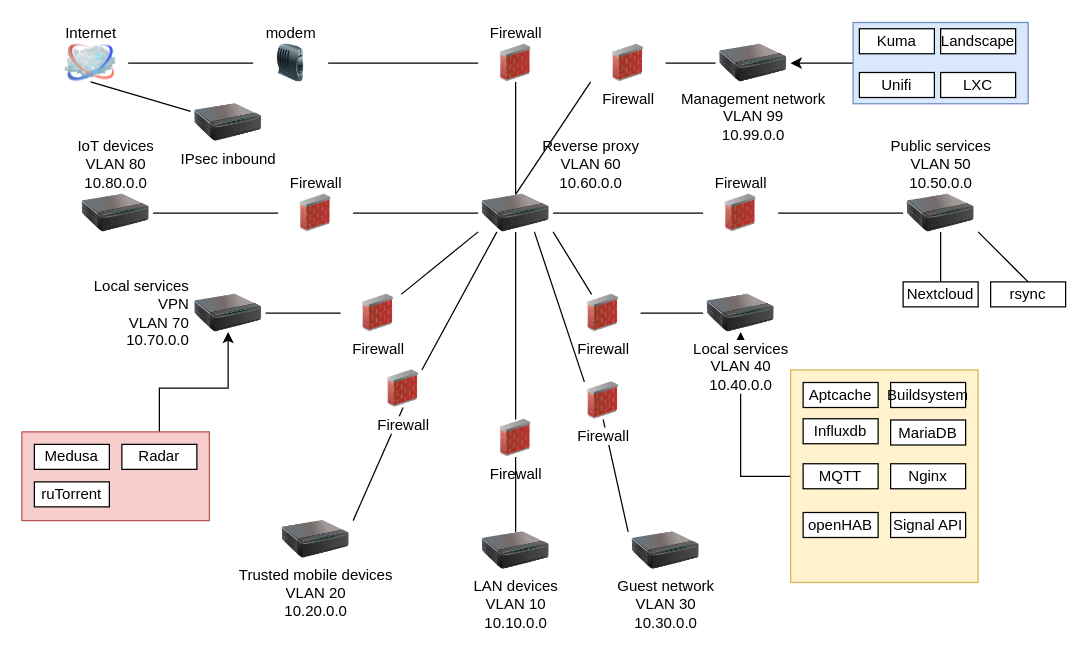
This is 241124 network logical v2.drawio from stefanheijnen/drawio, a draw.io file, before an edit. Source tidied: cells renumbered, new cells numbered last; positions are measured from the earlier drawing's top-left corner, leaving out a move shared by most shapes. Both pictures are drawn from the tidied source at 125%, with x=0, y=0 at pixel (21, 21).
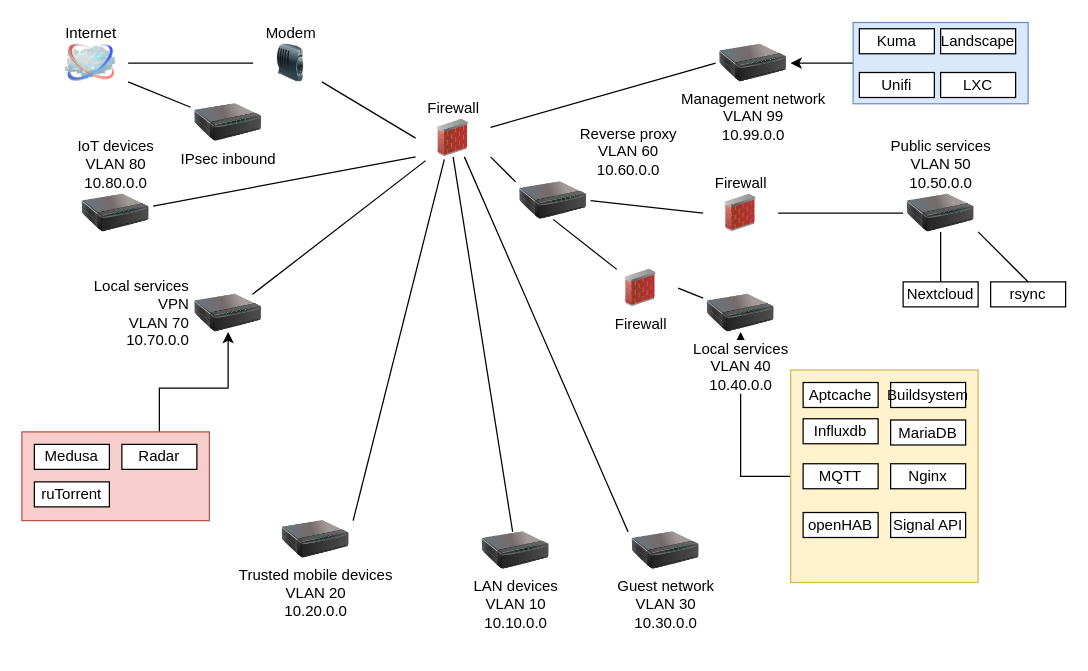
Above is the later version.

Commit message:
Update 241124 corrected reverse proxy.drawio

Unchanged cells that the change refers to:
```xml
<mxCell id="4" value="Internet" style="image;html=1;labelBackgroundColor=#ffffff;image=img/lib/clip_art/networking/Cloud_128x128.png;rounded=1;shadow=0;comic=0;strokeWidth=2;fontSize=12;labelPosition=center;verticalLabelPosition=top;align=center;verticalAlign=bottom;" parent="1" vertex="1">
  <mxGeometry x="25" y="18" width="60" height="30" as="geometry" />
</mxCell>
<mxCell id="13" value="&lt;div&gt;LAN devices&lt;/div&gt;&lt;div&gt;VLAN 10&lt;br&gt;10.10.0.0&lt;br&gt;&lt;/div&gt;&lt;div&gt;&lt;br&gt;&lt;/div&gt;" style="image;html=1;image=img/lib/clip_art/networking/Print_Server_128x128.png;" parent="1" vertex="1">
  <mxGeometry x="365" y="408" width="60" height="30" as="geometry" />
</mxCell>
<mxCell id="14" value="IoT devices&lt;br&gt;VLAN 80&lt;br&gt;10.80.0.0" style="image;html=1;image=img/lib/clip_art/networking/Print_Server_128x128.png;labelPosition=center;verticalLabelPosition=top;align=center;verticalAlign=bottom;" parent="1" vertex="1">
  <mxGeometry x="45" y="138" width="60" height="30" as="geometry" />
</mxCell>
<mxCell id="15" value="Guest network&lt;br&gt;VLAN 30&lt;br&gt;10.30.0.0" style="html=1;labelBackgroundColor=default;image=img/lib/clip_art/networking/Print_Server_128x128.png;rounded=1;shadow=0;comic=0;strokeWidth=2;fontSize=12;labelPosition=center;verticalLabelPosition=bottom;align=center;verticalAlign=top;shape=image;" parent="1" vertex="1">
  <mxGeometry x="485" y="408" width="60" height="30" as="geometry" />
</mxCell>
<mxCell id="17" value="Trusted mobile devices&lt;br&gt;VLAN 20&lt;br&gt;10.20.0.0" style="html=1;labelBackgroundColor=default;image=img/lib/clip_art/networking/Print_Server_128x128.png;rounded=1;shadow=0;comic=0;strokeWidth=2;fontSize=12;labelPosition=center;verticalLabelPosition=bottom;align=center;verticalAlign=top;shape=image;" parent="1" vertex="1">
  <mxGeometry x="205" y="399" width="60" height="30" as="geometry" />
</mxCell>
<mxCell id="34" value="&lt;div&gt;Local services&lt;/div&gt;&lt;div&gt;VPN&lt;br&gt;VLAN 70&lt;br&gt;10.70.0.0&lt;br&gt;&lt;/div&gt;" style="image;html=1;image=img/lib/clip_art/networking/Print_Server_128x128.png;labelPosition=left;verticalLabelPosition=middle;align=right;verticalAlign=middle;" parent="1" vertex="1">
  <mxGeometry x="135" y="218" width="60" height="30" as="geometry" />
</mxCell>
<mxCell id="36" value="IPsec inbound" style="image;html=1;image=img/lib/clip_art/networking/Print_Server_128x128.png;" parent="1" vertex="1">
  <mxGeometry x="135" y="65.5" width="60" height="30" as="geometry" />
</mxCell>
<mxCell id="40" value="Management network&lt;br&gt;VLAN 99&lt;br&gt;10.99.0.0" style="image;html=1;image=img/lib/clip_art/networking/Print_Server_128x128.png;labelPosition=center;verticalLabelPosition=bottom;align=center;verticalAlign=top;" parent="1" vertex="1">
  <mxGeometry x="555" y="18" width="60" height="30" as="geometry" />
</mxCell>
```

The edit, as a diff of the source:
```diff
@@
     <mxCell id="5" value="Firewall" style="html=1;labelBackgroundColor=default;image=img/lib/clip_art/networking/Firewall_02_128x128.png;rounded=1;shadow=0;comic=0;strokeWidth=2;fontSize=12;labelPosition=center;verticalLabelPosition=top;align=center;verticalAlign=bottom;shape=image;" parent="1" vertex="1">
-      <mxGeometry x="365" y="18" width="60" height="30" as="geometry" />
+      <mxGeometry x="315" y="78" width="60" height="30" as="geometry" />
     </mxCell>
     <mxCell id="6" value="&lt;div align=&quot;center&quot;&gt;Reverse proxy&lt;br&gt;&lt;/div&gt;&lt;div align=&quot;center&quot;&gt;VLAN 60&lt;br&gt;&lt;/div&gt;&lt;div align=&quot;center&quot;&gt;10.60.0.0&lt;br&gt;&lt;/div&gt;" style="image;html=1;image=img/lib/clip_art/networking/Print_Server_128x128.png;labelPosition=right;verticalLabelPosition=top;align=center;verticalAlign=bottom;" parent="1" vertex="1">
-      <mxGeometry x="365" y="138" width="60" height="30" as="geometry" />
+      <mxGeometry x="395" y="128" width="60" height="30" as="geometry" />
     </mxCell>
-    <mxCell id="7" value="Firewall" style="html=1;labelBackgroundColor=default;image=img/lib/clip_art/networking/Firewall_02_128x128.png;rounded=1;shadow=0;comic=0;strokeWidth=2;fontSize=12;labelPosition=center;verticalLabelPosition=top;align=center;verticalAlign=bottom;shape=image;" parent="1" vertex="1">
-      <mxGeometry x="205" y="138" width="60" height="30" as="geometry" />
-    </mxCell>
@@
-    <mxCell id="9" value="modem" style="image;html=1;image=img/lib/clip_art/networking/Modem_128x128.png;labelPosition=center;verticalLabelPosition=top;align=center;verticalAlign=bottom;" parent="1" vertex="1">
+    <mxCell id="9" value="Modem" style="image;html=1;image=img/lib/clip_art/networking/Modem_128x128.png;labelPosition=center;verticalLabelPosition=top;align=center;verticalAlign=bottom;" parent="1" vertex="1">
       <mxGeometry x="185" y="18" width="60" height="30" as="geometry" />
     </mxCell>
-    <mxCell id="10" value="Firewall" style="html=1;labelBackgroundColor=default;image=img/lib/clip_art/networking/Firewall_02_128x128.png;rounded=1;shadow=0;comic=0;strokeWidth=2;fontSize=12;labelPosition=center;verticalLabelPosition=bottom;align=center;verticalAlign=top;shape=image;" parent="1" vertex="1">
-      <mxGeometry x="365" y="318" width="60" height="30" as="geometry" />
-    </mxCell>
@@
-    <mxCell id="16" style="endArrow=none;html=1;rounded=0;entryX=0.5;entryY=1;entryDx=0;entryDy=0;exitX=0;exitY=0;exitDx=0;exitDy=0;" parent="1" edge="1" source="15" target="68">
+    <mxCell id="16" style="endArrow=none;html=1;rounded=0;entryX=0.65;entryY=1;entryDx=0;entryDy=0;exitX=0;exitY=0;exitDx=0;exitDy=0;entryPerimeter=0;" parent="1" edge="1" source="15" target="5">
       <mxGeometry relative="1" as="geometry" />
     </mxCell>
@@
-    <mxCell id="18" style="endArrow=none;html=1;rounded=0;entryX=0.5;entryY=1;entryDx=0;entryDy=0;exitX=1;exitY=0;exitDx=0;exitDy=0;" parent="1" edge="1" source="17" target="67">
+    <mxCell id="18" style="endArrow=none;html=1;rounded=0;entryX=0.383;entryY=1.067;entryDx=0;entryDy=0;exitX=1;exitY=0;exitDx=0;exitDy=0;entryPerimeter=0;" parent="1" edge="1" source="17" target="5">
       <mxGeometry relative="1" as="geometry" />
     </mxCell>
-    <mxCell id="19" style="endArrow=none;html=1;rounded=0;entryX=0.5;entryY=1;entryDx=0;entryDy=0;" parent="1" edge="1" source="13" target="10">
+    <mxCell id="19" style="endArrow=none;html=1;rounded=0;entryX=0.5;entryY=1;entryDx=0;entryDy=0;" parent="1" edge="1" source="13" target="5">
       <mxGeometry relative="1" as="geometry" />
     </mxCell>
-    <mxCell id="20" style="endArrow=none;html=1;rounded=0;entryX=0;entryY=0.5;entryDx=0;entryDy=0;" parent="1" edge="1" source="14" target="7">
+    <mxCell id="20" style="endArrow=none;html=1;rounded=0;entryX=0;entryY=1;entryDx=0;entryDy=0;" parent="1" edge="1" source="14" target="5">
       <mxGeometry relative="1" as="geometry" />
     </mxCell>
-    <mxCell id="21" style="endArrow=none;html=1;rounded=0;entryX=0.5;entryY=1;entryDx=0;entryDy=0;exitX=0.5;exitY=0;exitDx=0;exitDy=0;" parent="1" edge="1" source="10" target="6">
-      <mxGeometry relative="1" as="geometry" />
-    </mxCell>
-    <mxCell id="22" style="endArrow=none;html=1;rounded=0;entryX=0;entryY=0.5;entryDx=0;entryDy=0;exitX=1;exitY=0.5;exitDx=0;exitDy=0;" parent="1" edge="1" source="7" target="6">
-      <mxGeometry relative="1" as="geometry" />
-    </mxCell>
@@
-    <mxCell id="24" value="Firewall" style="html=1;labelBackgroundColor=default;image=img/lib/clip_art/networking/Firewall_02_128x128.png;rounded=1;shadow=0;comic=0;strokeWidth=2;fontSize=12;labelPosition=center;verticalLabelPosition=bottom;align=center;verticalAlign=top;shape=image;" parent="1" vertex="1">
-      <mxGeometry x="255" y="218" width="60" height="30" as="geometry" />
-    </mxCell>
     <mxCell id="25" value="Firewall" style="html=1;labelBackgroundColor=default;image=img/lib/clip_art/networking/Firewall_02_128x128.png;rounded=1;shadow=0;comic=0;strokeWidth=2;fontSize=12;labelPosition=center;verticalLabelPosition=bottom;align=center;verticalAlign=top;shape=image;" parent="1" vertex="1">
-      <mxGeometry x="435" y="218" width="60" height="30" as="geometry" />
+      <mxGeometry x="465" y="198" width="60" height="30" as="geometry" />
     </mxCell>
-    <mxCell id="26" style="endArrow=none;html=1;rounded=0;entryX=0;entryY=1;entryDx=0;entryDy=0;" parent="1" edge="1" source="24" target="6">
-      <mxGeometry relative="1" as="geometry" />
-    </mxCell>
-    <mxCell id="27" style="endArrow=none;html=1;rounded=0;entryX=1;entryY=1;entryDx=0;entryDy=0;" parent="1" edge="1" source="25" target="6">
+    <mxCell id="27" style="endArrow=none;html=1;rounded=0;entryX=0.5;entryY=1;entryDx=0;entryDy=0;" parent="1" edge="1" source="25" target="6">
       <mxGeometry relative="1" as="geometry" />
     </mxCell>
@@
-    <mxCell id="35" style="endArrow=none;html=1;rounded=0;entryX=0;entryY=0.5;entryDx=0;entryDy=0;" parent="1" edge="1" source="34" target="24">
+    <mxCell id="35" style="endArrow=none;html=1;rounded=0;entryX=0.133;entryY=1.1;entryDx=0;entryDy=0;entryPerimeter=0;" parent="1" edge="1" source="34" target="5">
       <mxGeometry relative="1" as="geometry" />
     </mxCell>
@@
-    <mxCell id="37" style="endArrow=none;html=1;rounded=0;entryX=0.5;entryY=1;entryDx=0;entryDy=0;" parent="1" edge="1" source="36" target="4">
+    <mxCell id="37" style="endArrow=none;html=1;rounded=0;entryX=1;entryY=1;entryDx=0;entryDy=0;" parent="1" edge="1" source="36" target="4">
       <mxGeometry relative="1" as="geometry" />
     </mxCell>
-    <mxCell id="38" value="Firewall" style="html=1;labelBackgroundColor=default;image=img/lib/clip_art/networking/Firewall_02_128x128.png;rounded=1;shadow=0;comic=0;strokeWidth=2;fontSize=12;labelPosition=center;verticalLabelPosition=bottom;align=center;verticalAlign=top;shape=image;" parent="1" vertex="1">
-      <mxGeometry x="455" y="18" width="60" height="30" as="geometry" />
-    </mxCell>
-    <mxCell id="39" style="endArrow=none;html=1;rounded=0;entryX=0;entryY=1;entryDx=0;entryDy=0;exitX=0.5;exitY=0;exitDx=0;exitDy=0;" parent="1" edge="1" source="6" target="38">
-      <mxGeometry relative="1" as="geometry" />
-    </mxCell>
@@
-    <mxCell id="41" style="endArrow=none;html=1;rounded=0;exitX=1;exitY=0.5;exitDx=0;exitDy=0;entryX=0;entryY=0.5;entryDx=0;entryDy=0;" parent="1" edge="1" source="38" target="40">
+    <mxCell id="41" style="endArrow=none;html=1;rounded=0;entryX=0;entryY=0.5;entryDx=0;entryDy=0;" parent="1" edge="1" source="5" target="40">
       <mxGeometry relative="1" as="geometry" />
     </mxCell>
@@
-    <mxCell id="66" style="endArrow=none;html=1;rounded=0;entryX=0.5;entryY=0;entryDx=0;entryDy=0;exitX=0.5;exitY=1;exitDx=0;exitDy=0;" parent="1" edge="1" source="5" target="6">
+    <mxCell id="66" style="endArrow=none;html=1;rounded=0;entryX=0;entryY=0;entryDx=0;entryDy=0;exitX=1;exitY=1;exitDx=0;exitDy=0;" parent="1" edge="1" source="5" target="6">
       <mxGeometry relative="1" as="geometry" />
     </mxCell>
-    <mxCell id="67" value="Firewall" style="html=1;labelBackgroundColor=default;image=img/lib/clip_art/networking/Firewall_02_128x128.png;rounded=1;shadow=0;comic=0;strokeWidth=2;fontSize=12;labelPosition=center;verticalLabelPosition=bottom;align=center;verticalAlign=top;shape=image;" parent="1" vertex="1">
-      <mxGeometry x="275" y="278.5" width="60" height="30" as="geometry" />
-    </mxCell>
-    <mxCell id="68" value="Firewall" style="html=1;labelBackgroundColor=default;image=img/lib/clip_art/networking/Firewall_02_128x128.png;rounded=1;shadow=0;comic=0;strokeWidth=2;fontSize=12;labelPosition=center;verticalLabelPosition=bottom;align=center;verticalAlign=top;shape=image;" parent="1" vertex="1">
-      <mxGeometry x="435" y="288" width="60" height="30" as="geometry" />
-    </mxCell>
-    <mxCell id="69" style="endArrow=none;html=1;rounded=0;entryX=0.25;entryY=1;entryDx=0;entryDy=0;exitX=0.75;exitY=0;exitDx=0;exitDy=0;" parent="1" edge="1" source="67" target="6">
-      <mxGeometry relative="1" as="geometry" />
-    </mxCell>
-    <mxCell id="70" style="endArrow=none;html=1;rounded=0;entryX=0.75;entryY=1;entryDx=0;entryDy=0;exitX=0.25;exitY=0;exitDx=0;exitDy=0;" parent="1" edge="1" source="68" target="6">
-      <mxGeometry relative="1" as="geometry" />
-    </mxCell>
```
